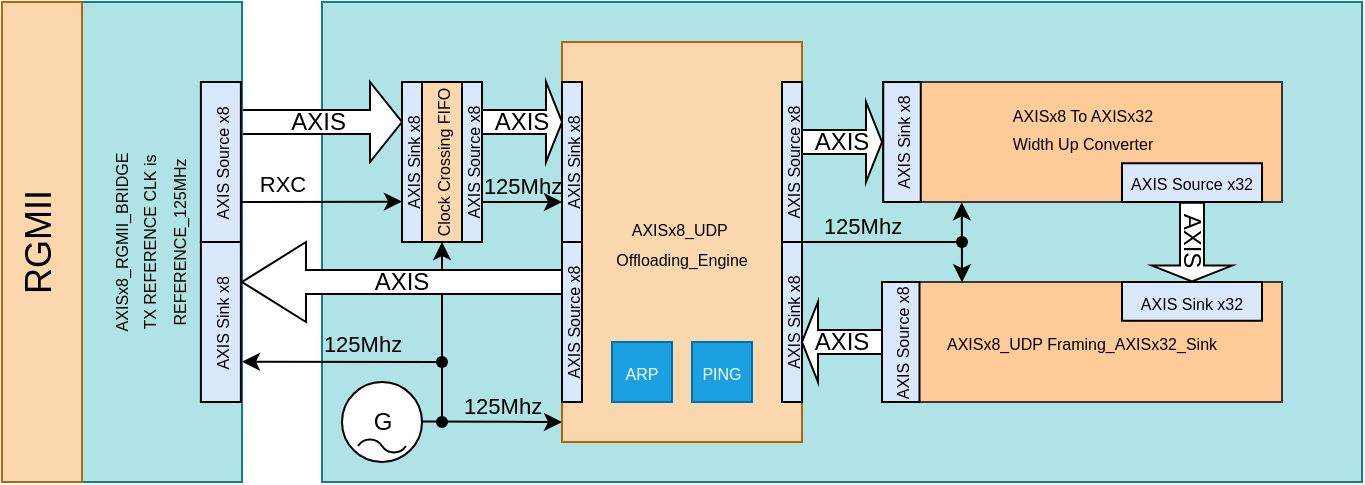
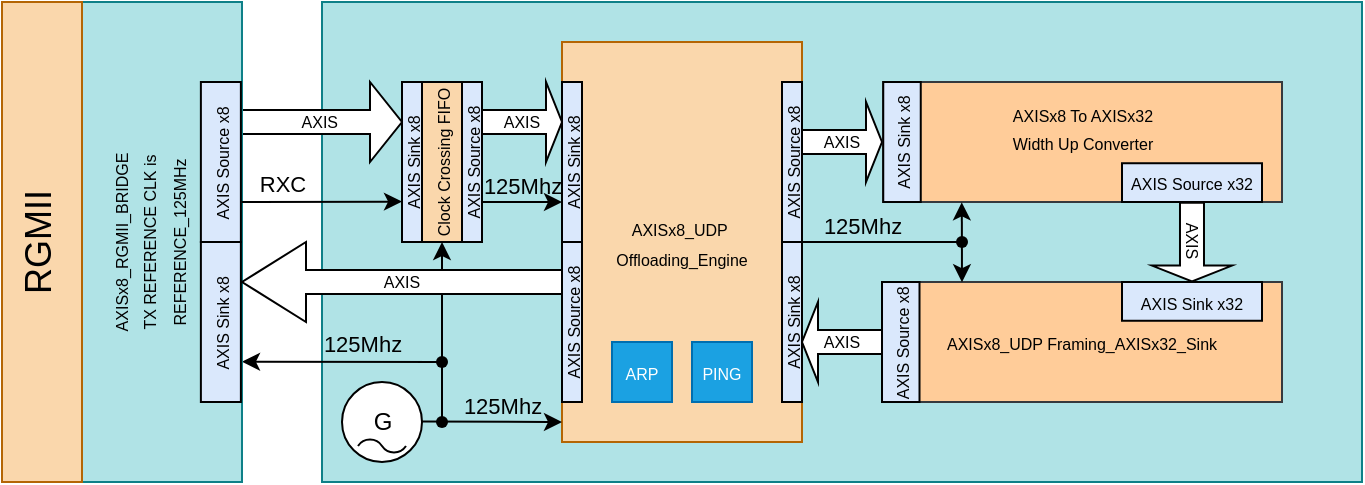
<mxfile host="Electron" agent="Mozilla/5.0 (Windows NT 10.0; Win64; x64) AppleWebKit/537.36 (KHTML, like Gecko) Chrome/147.0.0.0 Safari/537.36 OPR/131.0.0.0">
  <diagram name="Page-1" id="g0-s9DwC3oRhXUgsUFM5">
-     <mxGraphModel dx="955" dy="559" grid="1" gridSize="10" guides="1" tooltips="1" connect="1" arrows="1" fold="1" page="1" pageScale="1" pageWidth="827" pageHeight="1169" math="0" shadow="0">
+     <mxGraphModel dx="822" dy="480" grid="1" gridSize="10" guides="1" tooltips="1" connect="1" arrows="1" fold="1" page="1" pageScale="1" pageWidth="827" pageHeight="1169" math="0" shadow="0">
      <root>
        <mxCell id="0" />
        <mxCell id="1" parent="0" />
        <mxCell id="wT9U8shtDK8veMdne7O4-1" parent="1" style="rounded=0;whiteSpace=wrap;html=1;fillColor=#b0e3e6;strokeColor=#0e8088;" value="" vertex="1">
          <mxGeometry height="240" width="520" x="240" y="880" as="geometry" />
        </mxCell>
-         <mxCell id="l-Vy5mzzBIYiazb95XEs-39" parent="1" style="shape=singleArrow;whiteSpace=wrap;html=1;" value="AXIS&amp;nbsp;" vertex="1">
+         <mxCell id="l-Vy5mzzBIYiazb95XEs-39" parent="1" style="shape=singleArrow;whiteSpace=wrap;html=1;fontSize=8;" value="AXIS&amp;nbsp;" vertex="1">
          <mxGeometry height="40" width="80" x="200" y="920" as="geometry" />
        </mxCell>
        <mxCell id="l-Vy5mzzBIYiazb95XEs-41" edge="1" parent="1" style="endArrow=classic;html=1;rounded=0;labelPosition=center;verticalLabelPosition=middle;align=center;verticalAlign=middle;" value="">
          <mxGeometry height="50" relative="1" width="50" as="geometry">
            <mxPoint x="300" y="1060" as="sourcePoint" />
            <mxPoint x="200" y="1059.85" as="targetPoint" />
          </mxGeometry>
        </mxCell>
        <mxCell id="l-Vy5mzzBIYiazb95XEs-42" parent="1" style="rounded=0;whiteSpace=wrap;html=1;fillColor=#b0e3e6;strokeColor=#0e8088;rotation=-90;" value="&lt;span style=&quot;font-size: 8px;&quot;&gt;AXISx8_RGMII_BRIDGE&lt;/span&gt;&lt;div&gt;&lt;span style=&quot;font-size: 8px;&quot;&gt;TX REFERENCE CLK is&lt;/span&gt;&lt;/div&gt;&lt;div&gt;&lt;span style=&quot;background-color: transparent; font-size: 8px;&quot;&gt;REFERENCE_125MHz&lt;/span&gt;&lt;/div&gt;&lt;div&gt;&lt;span style=&quot;background-color: transparent; font-size: 8px;&quot;&gt;&lt;br&gt;&lt;/span&gt;&lt;/div&gt;" vertex="1">
          <mxGeometry height="80" width="240" x="40" y="960" as="geometry" />
        </mxCell>
        <mxCell id="l-Vy5mzzBIYiazb95XEs-43" parent="1" style="rounded=0;whiteSpace=wrap;html=1;fillColor=#fad7ac;strokeColor=#b46504;" value="&lt;span style=&quot;font-size: 8px;&quot;&gt;AXISx8_UDP&amp;nbsp;&lt;/span&gt;&lt;div&gt;&lt;span style=&quot;font-size: 8px;&quot;&gt;Offloading_Engine&lt;/span&gt;&lt;/div&gt;" vertex="1">
          <mxGeometry height="200" width="120" x="360" y="900" as="geometry" />
        </mxCell>
        <mxCell id="l-Vy5mzzBIYiazb95XEs-44" parent="1" style="rounded=0;whiteSpace=wrap;html=1;fillColor=#ffcc99;strokeColor=#36393d;" value="&lt;span style=&quot;font-size: 8px;&quot;&gt;AXISx8_UDP Framing_AXISx32_Sink&lt;/span&gt;" vertex="1">
          <mxGeometry height="60" width="200" x="520" y="1020" as="geometry" />
        </mxCell>
-         <mxCell id="l-Vy5mzzBIYiazb95XEs-45" parent="1" style="shape=singleArrow;whiteSpace=wrap;html=1;" value="AXIS" vertex="1">
+         <mxCell id="l-Vy5mzzBIYiazb95XEs-45" parent="1" style="shape=singleArrow;whiteSpace=wrap;html=1;fontSize=8;" value="AXIS" vertex="1">
          <mxGeometry height="40" width="40" x="480" y="930" as="geometry" />
        </mxCell>
-         <mxCell id="l-Vy5mzzBIYiazb95XEs-46" parent="1" style="shape=singleArrow;direction=west;whiteSpace=wrap;html=1;" value="AXIS" vertex="1">
+         <mxCell id="l-Vy5mzzBIYiazb95XEs-46" parent="1" style="shape=singleArrow;direction=west;whiteSpace=wrap;html=1;fontSize=8;" value="AXIS" vertex="1">
          <mxGeometry height="40" width="40" x="480" y="1030" as="geometry" />
        </mxCell>
        <mxCell id="l-Vy5mzzBIYiazb95XEs-51" parent="1" style="rounded=0;whiteSpace=wrap;html=1;textDirection=vertical-rl;rotation=-180;fillColor=#fad7ac;strokeColor=#b46504;fontSize=18;" value="RGMII" vertex="1">
          <mxGeometry height="240" width="40" x="80" y="880" as="geometry" />
        </mxCell>
        <mxCell id="l-Vy5mzzBIYiazb95XEs-52" edge="1" parent="1" style="endArrow=classic;html=1;rounded=0;exitX=1;exitY=0.4;exitDx=0;exitDy=0;exitPerimeter=0;labelPosition=center;verticalLabelPosition=top;align=center;verticalAlign=bottom;" value="">
          <mxGeometry height="50" relative="1" width="50" as="geometry">
            <Array as="points" />
            <mxPoint x="200" y="979.97" as="sourcePoint" />
            <mxPoint x="280" y="979.8" as="targetPoint" />
          </mxGeometry>
        </mxCell>
        <mxCell id="l-Vy5mzzBIYiazb95XEs-53" connectable="0" parent="l-Vy5mzzBIYiazb95XEs-52" style="edgeLabel;html=1;align=center;verticalAlign=bottom;resizable=0;points=[];labelBackgroundColor=none;labelBorderColor=none;labelPosition=center;verticalLabelPosition=top;" value="RXC" vertex="1">
          <mxGeometry relative="1" x="-0.695" y="-1" as="geometry">
            <mxPoint x="8" y="-1" as="offset" />
          </mxGeometry>
        </mxCell>
        <mxCell id="l-Vy5mzzBIYiazb95XEs-54" parent="1" style="rounded=0;whiteSpace=wrap;html=1;fillColor=#fad7ac;strokeColor=#000000;rotation=-90;" value="&lt;span style=&quot;font-size: 8px;&quot;&gt;Clock Crossing &lt;/span&gt;&lt;span style=&quot;color: light-dark(rgb(0, 0, 0), rgb(255, 255, 255)); background-color: transparent; font-size: 8px;&quot;&gt;FIFO&lt;/span&gt;" vertex="1">
          <mxGeometry height="20" width="80" x="260" y="950" as="geometry" />
        </mxCell>
        <mxCell id="l-Vy5mzzBIYiazb95XEs-55" parent="1" style="rounded=0;whiteSpace=wrap;html=1;fillColor=#dae8fc;strokeColor=#000000;rotation=-90;" value="&lt;span style=&quot;font-size: 8px;&quot;&gt;AXIS Sink&amp;nbsp;&lt;/span&gt;&lt;span style=&quot;font-size: 8px;&quot;&gt;x8&lt;/span&gt;" vertex="1">
          <mxGeometry height="10" width="80" x="245" y="955" as="geometry" />
        </mxCell>
        <mxCell id="l-Vy5mzzBIYiazb95XEs-56" parent="1" style="rounded=0;whiteSpace=wrap;html=1;fillColor=#dae8fc;strokeColor=#000000;rotation=-90;" value="&lt;span style=&quot;font-size: 8px;&quot;&gt;AXIS Source x8&lt;/span&gt;" vertex="1">
          <mxGeometry height="10" width="80" x="275" y="955" as="geometry" />
        </mxCell>
-         <mxCell id="l-Vy5mzzBIYiazb95XEs-57" parent="1" style="shape=singleArrow;whiteSpace=wrap;html=1;" value="AXIS" vertex="1">
+         <mxCell id="l-Vy5mzzBIYiazb95XEs-57" parent="1" style="shape=singleArrow;whiteSpace=wrap;html=1;fontSize=8;" value="AXIS" vertex="1">
          <mxGeometry height="40" width="40" x="320" y="920" as="geometry" />
        </mxCell>
        <mxCell id="l-Vy5mzzBIYiazb95XEs-58" edge="1" parent="1" style="endArrow=classic;html=1;rounded=0;exitX=1;exitY=0.4;exitDx=0;exitDy=0;exitPerimeter=0;labelPosition=center;verticalLabelPosition=top;align=center;verticalAlign=bottom;" value="">
          <mxGeometry height="50" relative="1" width="50" as="geometry">
            <Array as="points" />
            <mxPoint x="320" y="979.97" as="sourcePoint" />
            <mxPoint x="360" y="980" as="targetPoint" />
          </mxGeometry>
        </mxCell>
        <mxCell id="l-Vy5mzzBIYiazb95XEs-59" connectable="0" parent="1" style="edgeLabel;html=1;align=center;verticalAlign=bottom;resizable=0;points=[];labelBackgroundColor=none;labelBorderColor=none;labelPosition=center;verticalLabelPosition=top;fillColor=none;" value="&lt;span&gt;125Mhz&lt;/span&gt;" vertex="1">
          <mxGeometry x="340" y="980" as="geometry" />
        </mxCell>
        <mxCell id="l-Vy5mzzBIYiazb95XEs-60" connectable="0" parent="1" style="edgeLabel;html=1;align=center;verticalAlign=bottom;resizable=0;points=[];labelBackgroundColor=none;labelBorderColor=none;labelPosition=center;verticalLabelPosition=top;fillColor=none;" value="&lt;span&gt;125Mhz&lt;/span&gt;" vertex="1">
          <mxGeometry x="260" y="1059.85" as="geometry" />
        </mxCell>
        <mxCell id="l-Vy5mzzBIYiazb95XEs-61" parent="1" style="dashed=0;outlineConnect=0;align=center;html=1;shape=mxgraph.pid.engines.generator_(ac);fontSize=12;" value="G" vertex="1">
          <mxGeometry height="40" width="40" x="250" y="1070" as="geometry" />
        </mxCell>
        <mxCell id="l-Vy5mzzBIYiazb95XEs-62" parent="1" style="rounded=0;whiteSpace=wrap;html=1;fillColor=#dae8fc;strokeColor=#000000;rotation=-90;" value="&lt;span style=&quot;font-size: 8px;&quot;&gt;AXIS Sink&amp;nbsp;&lt;/span&gt;&lt;span style=&quot;font-size: 8px;&quot;&gt;x8&lt;/span&gt;" vertex="1">
          <mxGeometry height="20" width="80" x="149.44" y="1030" as="geometry" />
        </mxCell>
        <mxCell id="l-Vy5mzzBIYiazb95XEs-63" parent="1" style="rounded=0;whiteSpace=wrap;html=1;fillColor=#dae8fc;strokeColor=#000000;rotation=-90;" value="&lt;span style=&quot;font-size: 8px;&quot;&gt;AXIS Source x8&lt;/span&gt;" vertex="1">
          <mxGeometry height="20" width="80" x="149.44" y="950" as="geometry" />
        </mxCell>
        <mxCell id="l-Vy5mzzBIYiazb95XEs-64" parent="1" style="rounded=0;whiteSpace=wrap;html=1;fillColor=#dae8fc;strokeColor=#000000;rotation=-90;" value="&lt;span style=&quot;font-size: 8px;&quot;&gt;AXIS Sink&amp;nbsp;&lt;/span&gt;&lt;span style=&quot;font-size: 8px;&quot;&gt;x8&lt;/span&gt;" vertex="1">
          <mxGeometry height="10" width="80" x="325" y="955" as="geometry" />
        </mxCell>
        <mxCell id="l-Vy5mzzBIYiazb95XEs-65" parent="1" style="rounded=0;whiteSpace=wrap;html=1;fillColor=#dae8fc;strokeColor=#000000;rotation=-90;" value="&lt;span style=&quot;font-size: 8px;&quot;&gt;AXIS Source&amp;nbsp;&lt;/span&gt;&lt;span style=&quot;font-size: 8px;&quot;&gt;x8&lt;/span&gt;" vertex="1">
          <mxGeometry height="10" width="80" x="325" y="1035" as="geometry" />
        </mxCell>
        <mxCell id="l-Vy5mzzBIYiazb95XEs-66" parent="1" style="rounded=0;whiteSpace=wrap;html=1;fillColor=#dae8fc;strokeColor=#000000;rotation=-90;" value="&lt;span style=&quot;font-size: 8px;&quot;&gt;AXIS Source&amp;nbsp;&lt;/span&gt;&lt;span style=&quot;font-size: 8px;&quot;&gt;x8&lt;/span&gt;" vertex="1">
          <mxGeometry height="10" width="80" x="435" y="955" as="geometry" />
        </mxCell>
        <mxCell id="l-Vy5mzzBIYiazb95XEs-67" parent="1" style="rounded=0;whiteSpace=wrap;html=1;fillColor=#dae8fc;strokeColor=#000000;rotation=-90;" value="&lt;span style=&quot;font-size: 8px;&quot;&gt;AXIS Sink&amp;nbsp;&lt;/span&gt;&lt;span style=&quot;font-size: 8px;&quot;&gt;x8&lt;/span&gt;" vertex="1">
          <mxGeometry height="10" width="80" x="435" y="1035" as="geometry" />
        </mxCell>
        <mxCell id="l-Vy5mzzBIYiazb95XEs-68" connectable="0" parent="1" style="edgeLabel;html=1;align=center;verticalAlign=bottom;resizable=0;points=[];labelBackgroundColor=none;labelBorderColor=none;labelPosition=center;verticalLabelPosition=top;fillColor=none;" value="&lt;span&gt;125Mhz&lt;/span&gt;" vertex="1">
          <mxGeometry x="510" y="1000" as="geometry" />
        </mxCell>
        <mxCell id="l-Vy5mzzBIYiazb95XEs-69" edge="1" parent="1" style="endArrow=classic;html=1;rounded=0;exitX=1;exitY=0.4;exitDx=0;exitDy=0;exitPerimeter=0;" value="">
          <mxGeometry height="50" relative="1" width="50" as="geometry">
            <Array as="points" />
            <mxPoint x="290" y="1089.8" as="sourcePoint" />
            <mxPoint x="360" y="1090" as="targetPoint" />
          </mxGeometry>
        </mxCell>
        <mxCell id="l-Vy5mzzBIYiazb95XEs-70" connectable="0" parent="1" style="edgeLabel;html=1;align=center;verticalAlign=bottom;resizable=0;points=[];labelBackgroundColor=none;labelBorderColor=none;labelPosition=center;verticalLabelPosition=top;fillColor=none;" value="&lt;span&gt;125Mhz&lt;/span&gt;" vertex="1">
          <mxGeometry x="330" y="1090" as="geometry" />
        </mxCell>
        <mxCell id="l-Vy5mzzBIYiazb95XEs-71" edge="1" parent="1" source="l-Vy5mzzBIYiazb95XEs-76" style="endArrow=none;html=1;rounded=0;" value="">
          <mxGeometry height="50" relative="1" width="50" as="geometry">
            <mxPoint x="300" y="1090" as="sourcePoint" />
            <mxPoint x="300" y="1060" as="targetPoint" />
          </mxGeometry>
        </mxCell>
        <mxCell id="l-Vy5mzzBIYiazb95XEs-72" edge="1" parent="1" style="endArrow=none;html=1;rounded=0;" target="l-Vy5mzzBIYiazb95XEs-73" value="">
          <mxGeometry height="50" relative="1" width="50" as="geometry">
            <mxPoint x="300" y="1090" as="sourcePoint" />
            <mxPoint x="300" y="1060" as="targetPoint" />
          </mxGeometry>
        </mxCell>
        <mxCell id="l-Vy5mzzBIYiazb95XEs-73" parent="1" style="shape=waypoint;sketch=0;fillStyle=solid;size=6;pointerEvents=1;points=[];fillColor=none;resizable=0;rotatable=0;perimeter=centerPerimeter;snapToPoint=1;" value="" vertex="1">
          <mxGeometry height="20" width="20" x="290" y="1080" as="geometry" />
        </mxCell>
        <mxCell id="l-Vy5mzzBIYiazb95XEs-74" edge="1" parent="1" style="endArrow=classic;html=1;rounded=0;entryX=0;entryY=0.5;entryDx=0;entryDy=0;" target="l-Vy5mzzBIYiazb95XEs-54" value="">
          <mxGeometry height="50" relative="1" width="50" as="geometry">
            <Array as="points" />
            <mxPoint x="300" y="1060" as="sourcePoint" />
            <mxPoint x="380" y="1060.05" as="targetPoint" />
          </mxGeometry>
        </mxCell>
        <mxCell id="l-Vy5mzzBIYiazb95XEs-75" edge="1" parent="1" source="l-Vy5mzzBIYiazb95XEs-73" style="endArrow=none;html=1;rounded=0;" target="l-Vy5mzzBIYiazb95XEs-76" value="">
          <mxGeometry height="50" relative="1" width="50" as="geometry">
            <mxPoint x="300" y="1090" as="sourcePoint" />
            <mxPoint x="300" y="1060" as="targetPoint" />
          </mxGeometry>
        </mxCell>
        <mxCell id="l-Vy5mzzBIYiazb95XEs-76" parent="1" style="shape=waypoint;sketch=0;fillStyle=solid;size=6;pointerEvents=1;points=[];fillColor=none;resizable=0;rotatable=0;perimeter=centerPerimeter;snapToPoint=1;" value="" vertex="1">
          <mxGeometry height="20" width="20" x="290" y="1050" as="geometry" />
        </mxCell>
-         <mxCell id="l-Vy5mzzBIYiazb95XEs-77" parent="1" style="shape=singleArrow;direction=west;whiteSpace=wrap;html=1;" value="AXIS" vertex="1">
+         <mxCell id="l-Vy5mzzBIYiazb95XEs-77" parent="1" style="shape=singleArrow;direction=west;whiteSpace=wrap;html=1;fontSize=8;" value="AXIS" vertex="1">
          <mxGeometry height="40" width="160" x="200" y="1000" as="geometry" />
        </mxCell>
        <mxCell id="l-Vy5mzzBIYiazb95XEs-78" parent="1" style="rounded=0;whiteSpace=wrap;html=1;fillColor=#dae8fc;strokeColor=#000000;rotation=-90;fontSize=12;" value="&lt;font style=&quot;font-size: 8px;&quot;&gt;AXIS Source x8&lt;/font&gt;" vertex="1">
          <mxGeometry height="18.75" width="60" x="499.38" y="1040.63" as="geometry" />
        </mxCell>
        <mxCell id="wT9U8shtDK8veMdne7O4-3" parent="1" style="rounded=0;whiteSpace=wrap;html=1;fillColor=#ffcc99;strokeColor=#36393d;" value="&lt;span style=&quot;font-size: 8px;&quot;&gt;AXISx8 To AXISx32&lt;/span&gt;&lt;div&gt;&lt;span style=&quot;font-size: 8px;&quot;&gt;&amp;nbsp;Width Up Converter&amp;nbsp;&lt;/span&gt;&lt;/div&gt;&lt;div&gt;&lt;span style=&quot;font-size: 8px;&quot;&gt;&lt;br&gt;&lt;/span&gt;&lt;/div&gt;" vertex="1">
          <mxGeometry height="60" width="199.38" x="520.62" y="920" as="geometry" />
        </mxCell>
        <mxCell id="wT9U8shtDK8veMdne7O4-4" parent="1" style="rounded=0;whiteSpace=wrap;html=1;fillColor=#dae8fc;strokeColor=#000000;rotation=-90;" value="&lt;span style=&quot;font-size: 8px;&quot;&gt;AXIS Sink&amp;nbsp;&lt;/span&gt;&lt;span style=&quot;font-size: 8px;&quot;&gt;x8&lt;/span&gt;" vertex="1">
          <mxGeometry height="18.75" width="60" x="500" y="940.6300000000001" as="geometry" />
        </mxCell>
        <mxCell id="wT9U8shtDK8veMdne7O4-5" parent="1" style="rounded=0;whiteSpace=wrap;html=1;fillColor=#dae8fc;strokeColor=#000000;rotation=0;" value="&lt;span style=&quot;font-size: 8px;&quot;&gt;AXIS Source&amp;nbsp;&lt;/span&gt;&lt;span style=&quot;font-size: 8px;&quot;&gt;x32&lt;/span&gt;" vertex="1">
          <mxGeometry height="19.38" width="70" x="640" y="960.62" as="geometry" />
        </mxCell>
        <mxCell id="wT9U8shtDK8veMdne7O4-9" parent="1" style="rounded=0;whiteSpace=wrap;html=1;fillColor=#dae8fc;strokeColor=#000000;rotation=0;" value="&lt;span style=&quot;font-size: 8px;&quot;&gt;AXIS Sink&amp;nbsp;&lt;/span&gt;&lt;span style=&quot;font-size: 8px;&quot;&gt;x32&lt;/span&gt;" vertex="1">
          <mxGeometry height="19.38" width="70" x="640" y="1020" as="geometry" />
        </mxCell>
        <mxCell id="wT9U8shtDK8veMdne7O4-14" edge="1" parent="1" style="endArrow=none;html=1;rounded=0;" value="">
          <mxGeometry height="50" relative="1" width="50" as="geometry">
            <mxPoint x="480" y="1000" as="sourcePoint" />
            <mxPoint x="560" y="1000" as="targetPoint" />
          </mxGeometry>
        </mxCell>
-         <mxCell id="wT9U8shtDK8veMdne7O4-15" parent="1" style="shape=singleArrow;whiteSpace=wrap;html=1;rotation=90;" value="AXIS" vertex="1">
+         <mxCell id="wT9U8shtDK8veMdne7O4-15" parent="1" style="shape=singleArrow;whiteSpace=wrap;html=1;rotation=90;fontSize=8;" value="AXIS" vertex="1">
          <mxGeometry height="40" width="39.37" x="655.3100000000001" y="980" as="geometry" />
        </mxCell>
        <mxCell id="wT9U8shtDK8veMdne7O4-16" edge="1" parent="1" source="wT9U8shtDK8veMdne7O4-3" style="endArrow=classic;html=1;rounded=0;exitX=0.197;exitY=1.003;exitDx=0;exitDy=0;exitPerimeter=0;entryX=0.2;entryY=0.002;entryDx=0;entryDy=0;entryPerimeter=0;endFill=1;startArrow=classic;startFill=1;" target="l-Vy5mzzBIYiazb95XEs-44" value="">
          <mxGeometry height="50" relative="1" width="50" as="geometry">
            <mxPoint x="560" y="989.68" as="sourcePoint" />
            <mxPoint x="560" y="1009.68" as="targetPoint" />
          </mxGeometry>
        </mxCell>
        <mxCell id="wT9U8shtDK8veMdne7O4-20" parent="1" style="shape=waypoint;sketch=0;fillStyle=solid;size=6;pointerEvents=1;points=[];fillColor=none;resizable=0;rotatable=0;perimeter=centerPerimeter;snapToPoint=1;" value="" vertex="1">
          <mxGeometry height="20" width="20" x="550" y="990" as="geometry" />
        </mxCell>
        <mxCell id="v1DrpxyldP5X3QPbAQ5r-1" parent="1" style="rounded=0;whiteSpace=wrap;html=1;fillColor=#1ba1e2;strokeColor=#006EAF;rotation=0;fontColor=#ffffff;" value="&lt;span style=&quot;font-size: 8px;&quot;&gt;PING&lt;/span&gt;" vertex="1">
          <mxGeometry height="30" width="30" x="425" y="1050" as="geometry" />
        </mxCell>
        <mxCell id="v1DrpxyldP5X3QPbAQ5r-2" parent="1" style="rounded=0;whiteSpace=wrap;html=1;fillColor=#1ba1e2;strokeColor=#006EAF;rotation=0;fontColor=#ffffff;" value="&lt;span style=&quot;font-size: 8px;&quot;&gt;ARP&lt;/span&gt;" vertex="1">
          <mxGeometry height="30" width="30" x="385" y="1050" as="geometry" />
        </mxCell>
      </root>
    </mxGraphModel>
  </diagram>
</mxfile>
